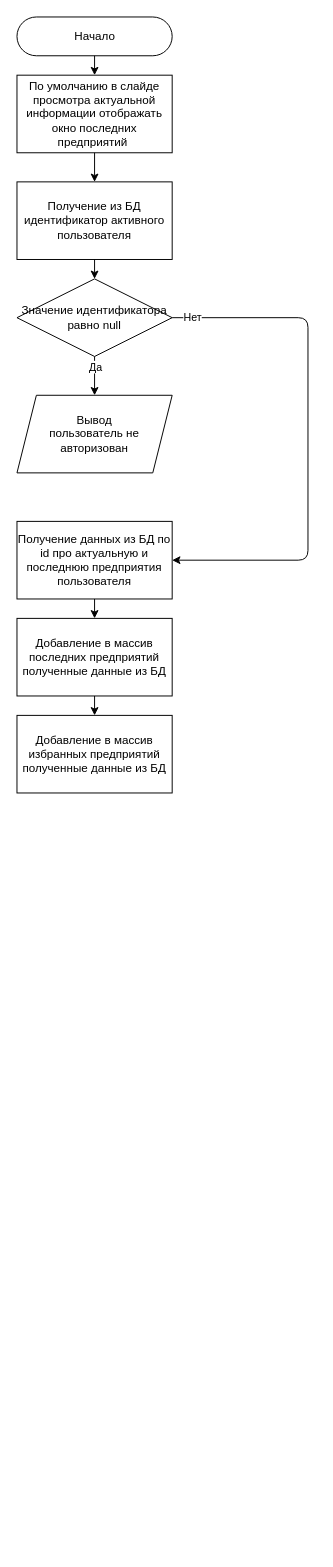
Earlier version of the draw.io diagram DIPLOM_PROGRAM.drawio (Bagdasaryan/Bagdasaryan). Source tidied: cells renumbered, new cells numbered last; positions are measured from the earlier drawing's top-left corner, leaving out a move shared by most shapes. Both pictures are drawn from the tidied source at 97%, with x=0, y=0 at pixel (16, 16).
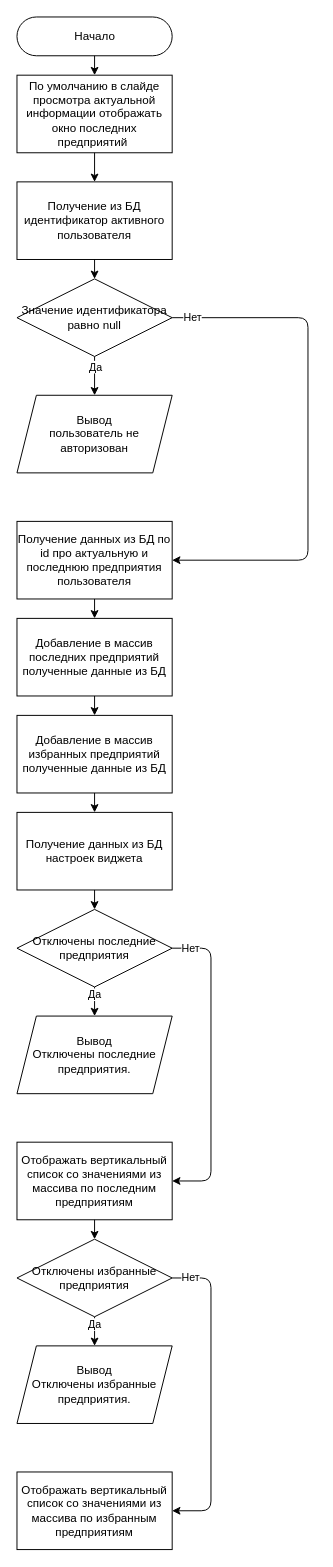
After the change.

Unchanged cells that the change refers to:
```xml
<mxCell id="16" value="Добавление в массив избранных предприятий полученные данные из БД" style="rounded=0;whiteSpace=wrap;html=1;" parent="1" vertex="1">
  <mxGeometry y="720" width="160" height="80" as="geometry" />
</mxCell>
```

The edit, as a diff of the source:
```diff
@@
+    <mxCell id="18" value="Получение данных из БД настроек виджета" style="rounded=0;whiteSpace=wrap;html=1;" parent="1" vertex="1">
+      <mxGeometry y="820" width="160" height="80" as="geometry" />
+    </mxCell>
+    <mxCell id="19" style="endArrow=classic;html=1;exitX=0.5;exitY=1;exitDx=0;exitDy=0;entryX=0.5;entryY=0;entryDx=0;entryDy=0;" parent="1" edge="1" source="16" target="18">
+      <mxGeometry relative="1" as="geometry" />
+    </mxCell>
+    <mxCell id="20" value="Отключены последние предприятия" style="rhombus;whiteSpace=wrap;html=1;" parent="1" vertex="1">
+      <mxGeometry y="920" width="160" height="80" as="geometry" />
+    </mxCell>
+    <mxCell id="21" style="endArrow=classic;html=1;entryX=0.5;entryY=0;entryDx=0;entryDy=0;exitX=0.5;exitY=1;exitDx=0;exitDy=0;" parent="1" edge="1" source="18" target="20">
+      <mxGeometry relative="1" as="geometry" />
+    </mxCell>
+    <mxCell id="22" value="Да" style="endArrow=classic;html=1;exitX=0.5;exitY=1;exitDx=0;exitDy=0;entryX=0.5;entryY=0;entryDx=0;entryDy=0;" parent="1" edge="1" source="20" target="23">
+      <mxGeometry x="-0.5" relative="1" as="geometry" />
+    </mxCell>
+    <mxCell id="23" value="Вывод&lt;br&gt;Отключены последние предприятия." style="shape=parallelogram;perimeter=parallelogramPerimeter;whiteSpace=wrap;html=1;fixedSize=1;" parent="1" vertex="1">
+      <mxGeometry y="1030" width="160" height="80" as="geometry" />
+    </mxCell>
+    <mxCell id="24" value="Нет" style="endArrow=classic;html=1;exitX=1;exitY=0.5;exitDx=0;exitDy=0;entryX=1;entryY=0.5;entryDx=0;entryDy=0;" parent="1" edge="1" source="20" target="25">
+      <mxGeometry x="-0.88" relative="1" as="geometry">
+        <Array as="points">
+          <mxPoint x="200" y="960" />
+          <mxPoint x="200" y="1200" />
+        </Array>
+      </mxGeometry>
+    </mxCell>
+    <mxCell id="25" value="Отображать вертикальный список со значениями из массива по последним предприятиям" style="rounded=0;whiteSpace=wrap;html=1;" parent="1" vertex="1">
+      <mxGeometry y="1160" width="160" height="80" as="geometry" />
+    </mxCell>
+    <mxCell id="26" value="Отключены избранные предприятия" style="rhombus;whiteSpace=wrap;html=1;" parent="1" vertex="1">
+      <mxGeometry y="1260" width="160" height="80" as="geometry" />
+    </mxCell>
+    <mxCell id="27" value="Да" style="endArrow=classic;html=1;exitX=0.5;exitY=1;exitDx=0;exitDy=0;entryX=0.5;entryY=0;entryDx=0;entryDy=0;" parent="1" edge="1" source="26" target="28">
+      <mxGeometry x="-0.5" relative="1" as="geometry" />
+    </mxCell>
+    <mxCell id="28" value="Вывод&lt;br&gt;Отключены избранные предприятия." style="shape=parallelogram;perimeter=parallelogramPerimeter;whiteSpace=wrap;html=1;fixedSize=1;" parent="1" vertex="1">
+      <mxGeometry y="1370" width="160" height="80" as="geometry" />
+    </mxCell>
+    <mxCell id="29" value="Нет" style="endArrow=classic;html=1;exitX=1;exitY=0.5;exitDx=0;exitDy=0;entryX=1;entryY=0.5;entryDx=0;entryDy=0;" parent="1" edge="1" source="26" target="30">
+      <mxGeometry x="-0.88" relative="1" as="geometry">
+        <Array as="points">
+          <mxPoint x="200" y="1300" />
+          <mxPoint x="200" y="1540" />
+        </Array>
+      </mxGeometry>
+    </mxCell>
+    <mxCell id="30" value="Отображать вертикальный список со значениями из массива по избранным предприятиям" style="rounded=0;whiteSpace=wrap;html=1;" parent="1" vertex="1">
+      <mxGeometry y="1500" width="160" height="80" as="geometry" />
+    </mxCell>
+    <mxCell id="31" style="endArrow=classic;html=1;exitX=0.5;exitY=1;exitDx=0;exitDy=0;entryX=0.5;entryY=0;entryDx=0;entryDy=0;" parent="1" edge="1" source="25" target="26">
+      <mxGeometry relative="1" as="geometry" />
+    </mxCell>
```
